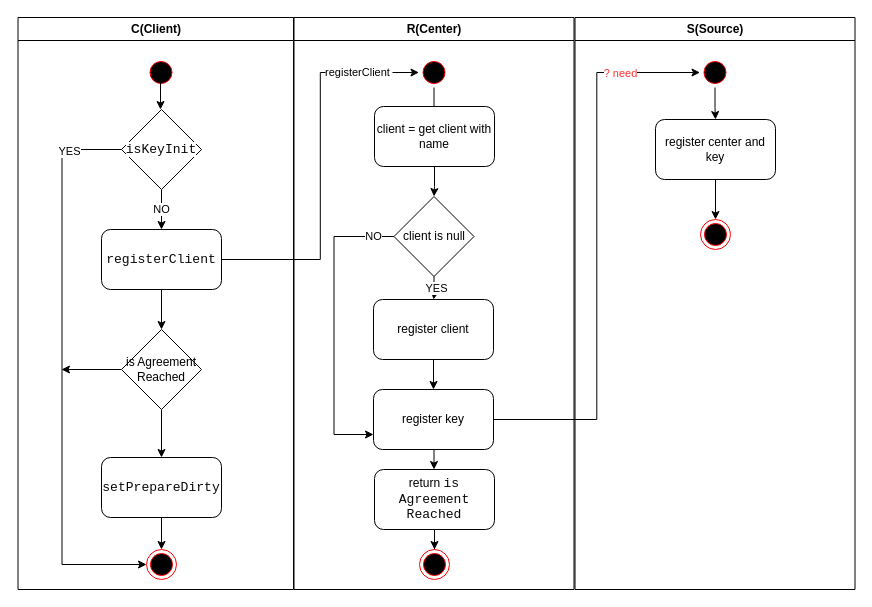
lidonge/cache keeps this draw.io diagram as page "Client.Register" (1 of 3) of docs/activities.drawio. Above is the earlier version. Source tidied: cells renumbered, new cells numbered last; positions are measured from the earlier drawing's top-left corner, leaving out a move shared by most shapes. Both pictures are drawn from the tidied source at 100%, with x=0, y=0 at pixel (17, 17).
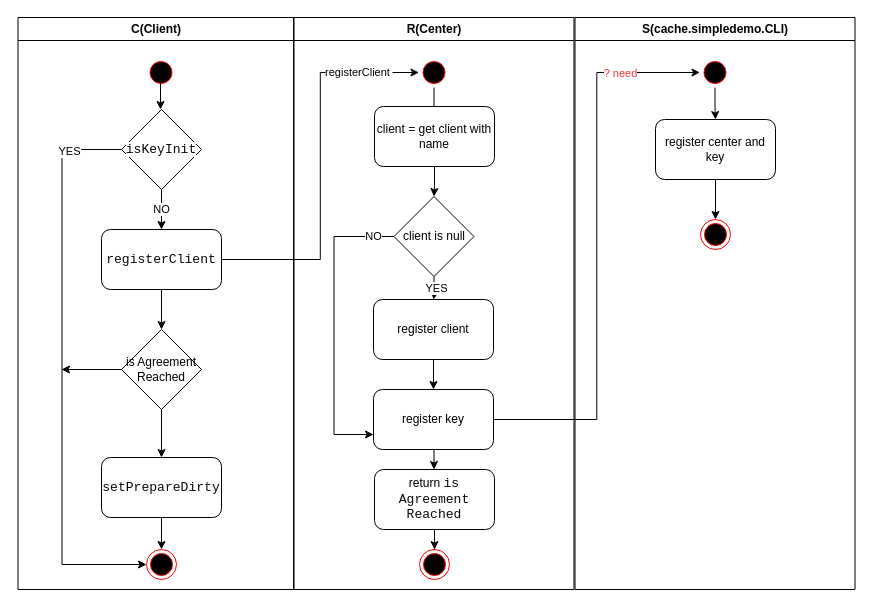
The same diagram, later.

The edit, as a diff of the source:
```diff
@@
-    <mxCell id="34" value="S(Source)" style="swimlane;whiteSpace=wrap;" parent="1" vertex="1">
+    <mxCell id="34" value="S(cache.simpledemo.CLI)" style="swimlane;whiteSpace=wrap;" parent="1" vertex="1">
       <mxGeometry x="557.5" width="280" height="572" as="geometry" />
     </mxCell>
```
